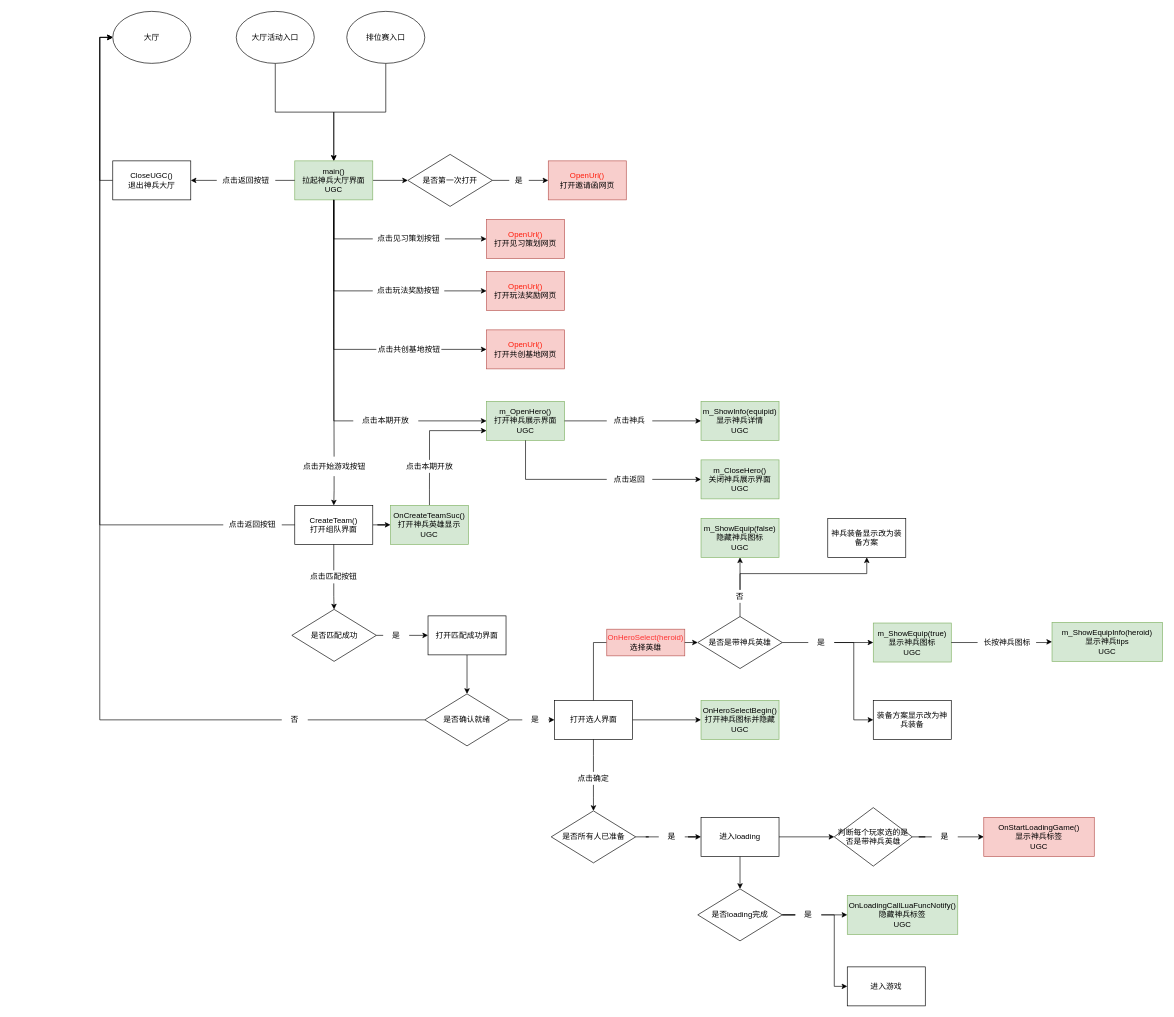
Earlier version of the draw.io diagram Untitled Diagram.drawio (wq5514/drawio). Source tidied: cells renumbered, new cells numbered last; positions are measured from the earlier drawing's top-left corner, leaving out a move shared by most shapes. Both pictures are drawn from the tidied source at 65%, with x=0, y=0 at pixel (112, 11).
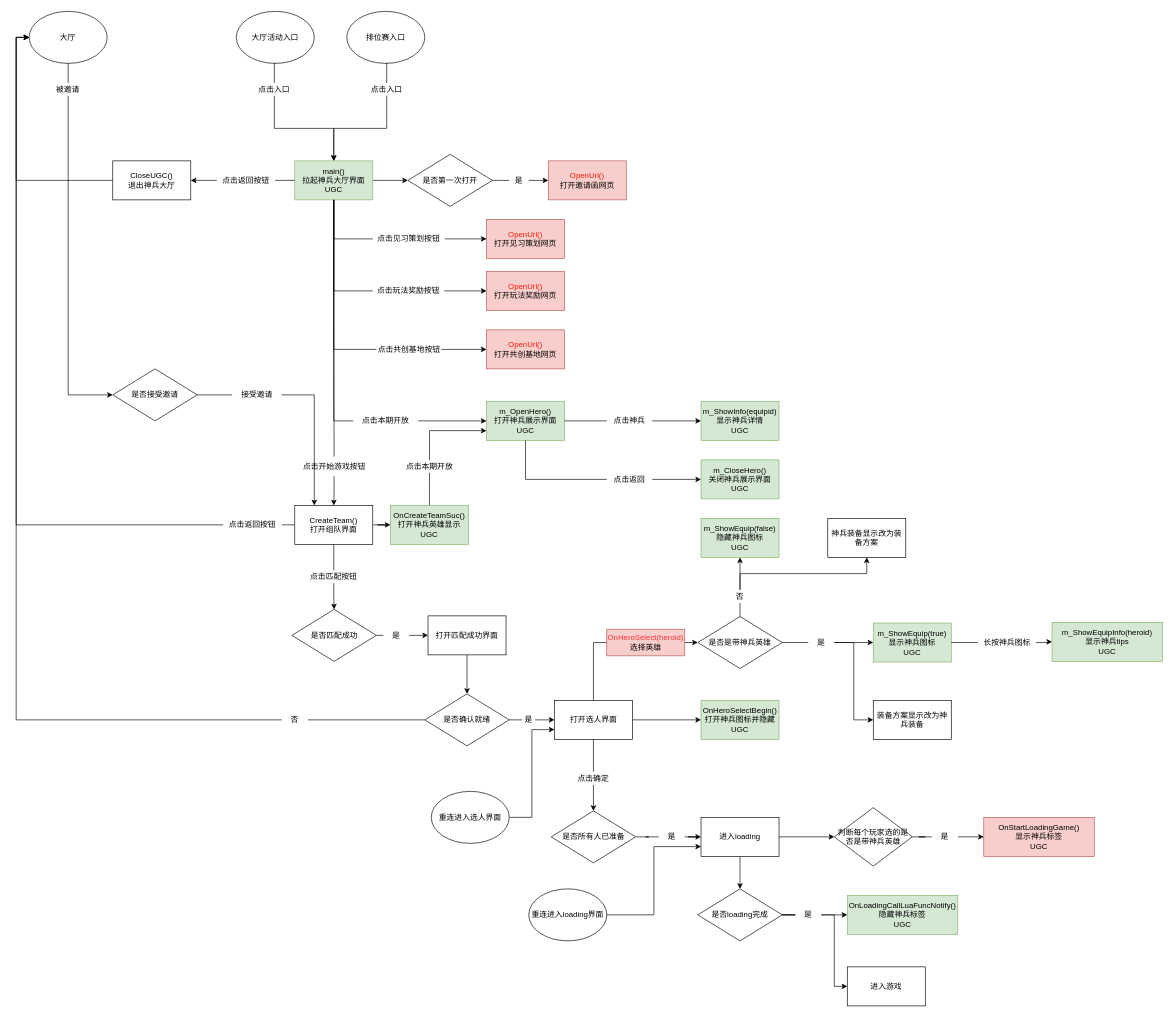
The same page after the edit.

Unchanged cells that the change refers to:
```xml
<mxCell id="9" value="main()&lt;br&gt;拉起神兵大厅界面&lt;br&gt;UGC" style="rounded=0;whiteSpace=wrap;html=1;fillColor=#d5e8d4;strokeColor=#82b366;" parent="1" vertex="1">
  <mxGeometry x="280" y="230" width="120" height="60" as="geometry" />
</mxCell>
<mxCell id="11" value="大厅活动入口" style="ellipse;whiteSpace=wrap;html=1;" parent="1" vertex="1">
  <mxGeometry x="190" width="120" height="80" as="geometry" />
</mxCell>
<mxCell id="13" value="排位赛入口" style="ellipse;whiteSpace=wrap;html=1;" parent="1" vertex="1">
  <mxGeometry x="360" width="120" height="80" as="geometry" />
</mxCell>
<mxCell id="36" value="CreateTeam()&lt;br&gt;打开组队界面" style="rounded=0;whiteSpace=wrap;html=1;" parent="1" vertex="1">
  <mxGeometry x="280" y="760" width="120" height="60" as="geometry" />
</mxCell>
<mxCell id="63" value="打开选人界面" style="rounded=0;whiteSpace=wrap;html=1;" parent="1" vertex="1">
  <mxGeometry x="679.5" y="1060" width="120" height="60" as="geometry" />
</mxCell>
<mxCell id="96" value="进入loading" style="rounded=0;whiteSpace=wrap;html=1;" parent="1" vertex="1">
  <mxGeometry x="905" y="1240" width="120" height="60" as="geometry" />
</mxCell>
```

What changed in the source:
```diff
@@
-    <mxCell id="10" style="edgeStyle=orthogonalEdgeStyle;rounded=0;jettySize=auto;html=1;exitX=0.5;exitY=1;exitDx=0;exitDy=0;entryX=0.5;entryY=0;entryDx=0;entryDy=0;" parent="1" edge="1" source="11" target="9">
+    <mxCell id="10" style="edgeStyle=orthogonalEdgeStyle;rounded=0;jettySize=auto;html=1;exitX=0.5;exitY=1;exitDx=0;exitDy=0;entryX=0.5;entryY=0;entryDx=0;entryDy=0;startArrow=none;" parent="1" edge="1" source="120" target="9">
       <mxGeometry relative="1" as="geometry" />
     </mxCell>
@@
-    <mxCell id="12" style="edgeStyle=orthogonalEdgeStyle;rounded=0;jettySize=auto;html=1;exitX=0.5;exitY=1;exitDx=0;exitDy=0;entryX=0.5;entryY=0;entryDx=0;entryDy=0;" parent="1" edge="1" source="13" target="9">
+    <mxCell id="12" style="edgeStyle=orthogonalEdgeStyle;rounded=0;jettySize=auto;html=1;exitX=0.5;exitY=1;exitDx=0;exitDy=0;entryX=0.5;entryY=0;entryDx=0;entryDy=0;startArrow=none;" parent="1" edge="1" source="118" target="9">
       <mxGeometry relative="1" as="geometry" />
     </mxCell>
@@
+    <mxCell id="117" style="edgeStyle=orthogonalEdgeStyle;rounded=0;jettySize=auto;html=1;exitX=0.5;exitY=1;exitDx=0;exitDy=0;startArrow=none;entryX=0;entryY=0.5;entryDx=0;entryDy=0;" parent="1" edge="1" source="122" target="125">
+      <mxGeometry relative="1" as="geometry" />
+    </mxCell>
     <mxCell id="54" value="大厅" style="ellipse;whiteSpace=wrap;html=1;strokeColor=#000000;fillColor=#ffffff;" parent="1" vertex="1">
-      <mxGeometry width="120" height="80" as="geometry" />
+      <mxGeometry x="-128.6" width="120" height="80" as="geometry" />
     </mxCell>
@@
     <mxCell id="69" value="是" style="text;html=1;strokeColor=none;fillColor=none;align=center;verticalAlign=middle;whiteSpace=wrap;rounded=0;" parent="1" vertex="1">
-      <mxGeometry x="630" y="1080" width="40" height="20" as="geometry" />
+      <mxGeometry x="630" y="1080" width="20" height="20" as="geometry" />
     </mxCell>
@@
+    <mxCell id="118" value="点击入口" style="text;html=1;strokeColor=none;fillColor=none;align=center;verticalAlign=middle;whiteSpace=wrap;rounded=0;" parent="1" vertex="1">
+      <mxGeometry x="360" y="110" width="122.8" height="20" as="geometry" />
+    </mxCell>
+    <mxCell id="119" style="edgeStyle=orthogonalEdgeStyle;rounded=0;jettySize=auto;html=1;exitX=0.5;exitY=1;exitDx=0;exitDy=0;entryX=0.5;entryY=0;entryDx=0;entryDy=0;endArrow=none;" parent="1" edge="1" source="13" target="118">
+      <mxGeometry relative="1" as="geometry" />
+    </mxCell>
+    <mxCell id="120" value="点击入口" style="text;html=1;strokeColor=none;fillColor=none;align=center;verticalAlign=middle;whiteSpace=wrap;rounded=0;" parent="1" vertex="1">
+      <mxGeometry x="187.2" y="110" width="122.8" height="20" as="geometry" />
+    </mxCell>
+    <mxCell id="121" style="edgeStyle=orthogonalEdgeStyle;rounded=0;jettySize=auto;html=1;exitX=0.5;exitY=1;exitDx=0;exitDy=0;entryX=0.5;entryY=0;entryDx=0;entryDy=0;endArrow=none;" parent="1" edge="1" source="11" target="120">
+      <mxGeometry relative="1" as="geometry" />
+    </mxCell>
+    <mxCell id="122" value="被邀请" style="text;html=1;strokeColor=none;fillColor=none;align=center;verticalAlign=middle;whiteSpace=wrap;rounded=0;" parent="1" vertex="1">
+      <mxGeometry x="-88.6" y="110" width="40" height="20" as="geometry" />
+    </mxCell>
+    <mxCell id="123" style="edgeStyle=orthogonalEdgeStyle;rounded=0;jettySize=auto;html=1;exitX=0.5;exitY=1;exitDx=0;exitDy=0;entryX=0.5;entryY=0;entryDx=0;entryDy=0;endArrow=none;" parent="1" edge="1" source="54" target="122">
+      <mxGeometry relative="1" as="geometry" />
+    </mxCell>
+    <mxCell id="124" style="edgeStyle=orthogonalEdgeStyle;rounded=0;jettySize=auto;html=1;exitX=1;exitY=0.5;exitDx=0;exitDy=0;entryX=0.25;entryY=0;entryDx=0;entryDy=0;startArrow=none;" parent="1" edge="1" source="126" target="36">
+      <mxGeometry relative="1" as="geometry" />
+    </mxCell>
+    <mxCell id="125" value="是否接受邀请" style="rhombus;whiteSpace=wrap;html=1;" parent="1" vertex="1">
+      <mxGeometry y="550" width="130" height="80" as="geometry" />
+    </mxCell>
+    <mxCell id="126" value="接受邀请" style="text;html=1;strokeColor=none;fillColor=none;align=center;verticalAlign=middle;whiteSpace=wrap;rounded=0;" parent="1" vertex="1">
+      <mxGeometry x="183.6" y="580" width="76.4" height="20" as="geometry" />
+    </mxCell>
+    <mxCell id="127" style="edgeStyle=orthogonalEdgeStyle;rounded=0;jettySize=auto;html=1;exitX=1;exitY=0.5;exitDx=0;exitDy=0;endArrow=none;entryX=0;entryY=0.5;entryDx=0;entryDy=0;" parent="1" edge="1" source="125" target="126">
+      <mxGeometry relative="1" as="geometry" />
+    </mxCell>
+    <mxCell id="128" style="edgeStyle=orthogonalEdgeStyle;rounded=0;jettySize=auto;html=1;exitX=1;exitY=0.5;exitDx=0;exitDy=0;entryX=0;entryY=0.75;entryDx=0;entryDy=0;" parent="1" edge="1" source="129" target="63">
+      <mxGeometry relative="1" as="geometry" />
+    </mxCell>
+    <mxCell id="129" value="重连进入选人界面" style="ellipse;whiteSpace=wrap;html=1;strokeColor=#000000;fillColor=#ffffff;" parent="1" vertex="1">
+      <mxGeometry x="490" y="1200" width="120" height="80" as="geometry" />
+    </mxCell>
+    <mxCell id="130" style="edgeStyle=orthogonalEdgeStyle;rounded=0;jettySize=auto;html=1;exitX=1;exitY=0.5;exitDx=0;exitDy=0;entryX=0;entryY=0.75;entryDx=0;entryDy=0;" parent="1" edge="1" source="131" target="96">
+      <mxGeometry relative="1" as="geometry" />
+    </mxCell>
+    <mxCell id="131" value="重连进入loading界面" style="ellipse;whiteSpace=wrap;html=1;strokeColor=#000000;fillColor=#ffffff;" parent="1" vertex="1">
+      <mxGeometry x="640" y="1350" width="120" height="80" as="geometry" />
+    </mxCell>
```
